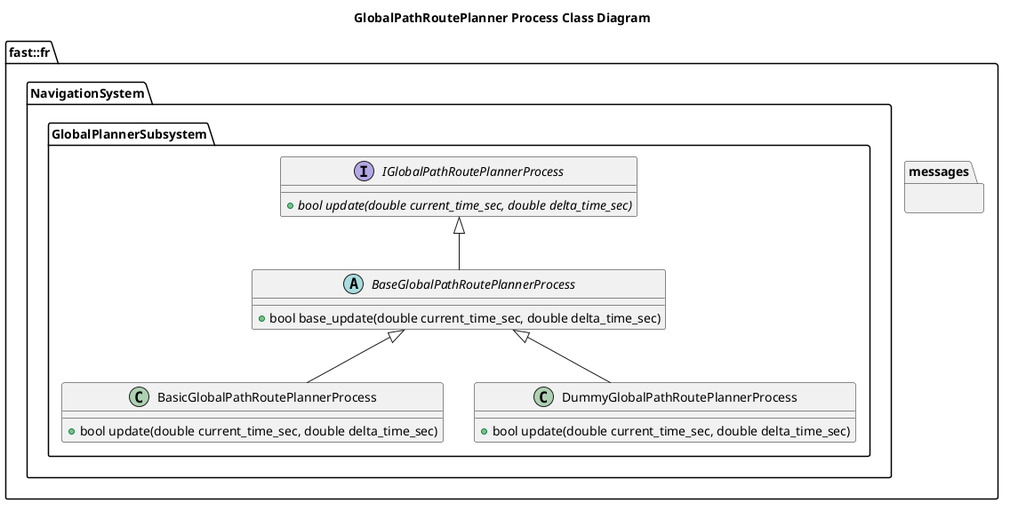
fastrobotics/robot_framework keeps this PlantUML diagram as Systems/Navigation/Subsystems/GlobalPlanner/Processes/GlobalPathRoutePlanner/doc/puml/GlobalPathRoutePlannerProcessClassDiagram.png. Above is the earlier version. Its diagram source:
```plantuml
@startuml
title GlobalPathRoutePlanner Process Class Diagram

namespace fast::fr {
  namespace messages {
  }
  namespace NavigationSystem {
    namespace GlobalPlannerSubsystem {
        interface IGlobalPathRoutePlannerProcess  {
          +{abstract} bool update(double current_time_sec, double delta_time_sec)
        }
        abstract BaseGlobalPathRoutePlannerProcess {
          +bool base_update(double current_time_sec, double delta_time_sec)

        }
        BaseGlobalPathRoutePlannerProcess -up-|> IGlobalPathRoutePlannerProcess
        class BasicGlobalPathRoutePlannerProcess {
          +bool update(double current_time_sec, double delta_time_sec)
        }
        BasicGlobalPathRoutePlannerProcess -up-|> BaseGlobalPathRoutePlannerProcess
        class DummyGlobalPathRoutePlannerProcess {
          +bool update(double current_time_sec, double delta_time_sec)
        }
        DummyGlobalPathRoutePlannerProcess -up-|> BaseGlobalPathRoutePlannerProcess
    }
  }
}
@enduml
```
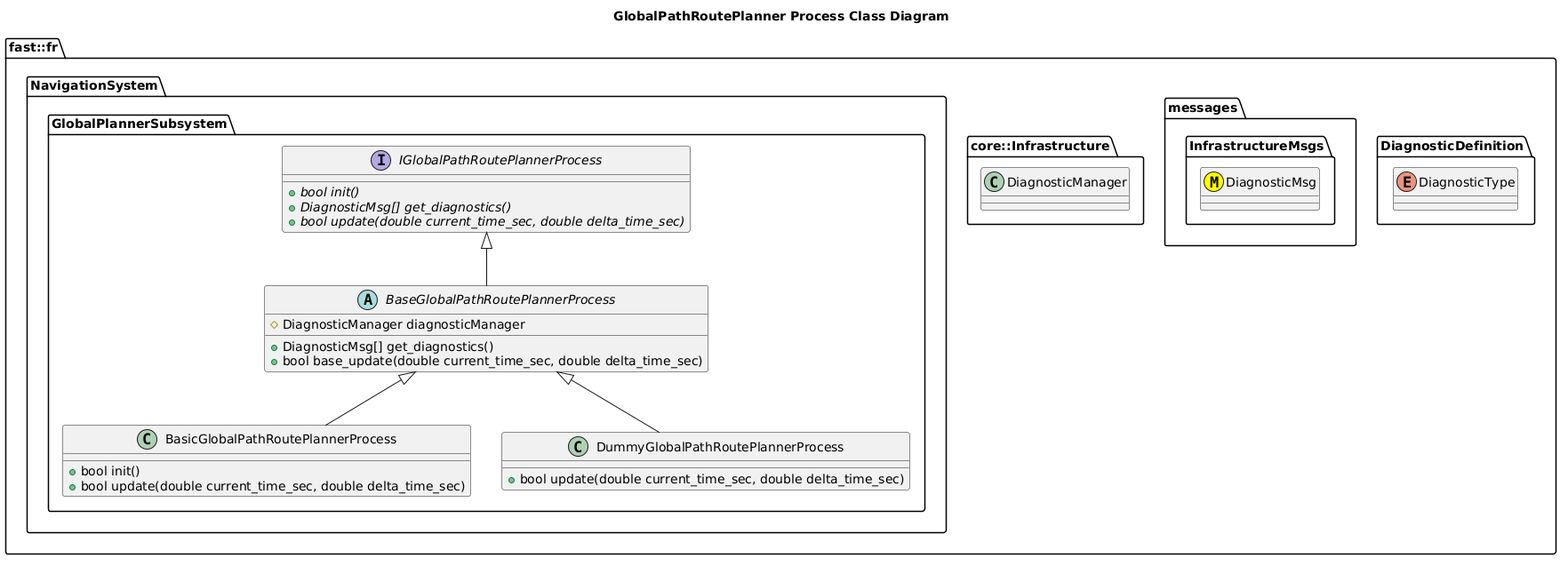
The same diagram one commit later.

What changed in the source:
```diff
@@ -2,19 +2,33 @@
 title GlobalPathRoutePlanner Process Class Diagram
 
 namespace fast::fr {
+  namespace DiagnosticDefinition {
+    enum DiagnosticType
+  }
   namespace messages {
+    namespace InfrastructureMsgs {
+      class DiagnosticMsg <<(M,#FFFF00)>>
+    }
+  }
+  namespace core::Infrastructure {
+    class DiagnosticManager
   }
   namespace NavigationSystem {
     namespace GlobalPlannerSubsystem {
         interface IGlobalPathRoutePlannerProcess  {
+          +{abstract} bool init()
+          +{abstract} DiagnosticMsg[] get_diagnostics()
           +{abstract} bool update(double current_time_sec, double delta_time_sec)
         }
         abstract BaseGlobalPathRoutePlannerProcess {
+          +DiagnosticMsg[] get_diagnostics()
           +bool base_update(double current_time_sec, double delta_time_sec)
+          #DiagnosticManager diagnosticManager
 
         }
         BaseGlobalPathRoutePlannerProcess -up-|> IGlobalPathRoutePlannerProcess
         class BasicGlobalPathRoutePlannerProcess {
+          +bool init()
           +bool update(double current_time_sec, double delta_time_sec)
         }
         BasicGlobalPathRoutePlannerProcess -up-|> BaseGlobalPathRoutePlannerProcess
```
